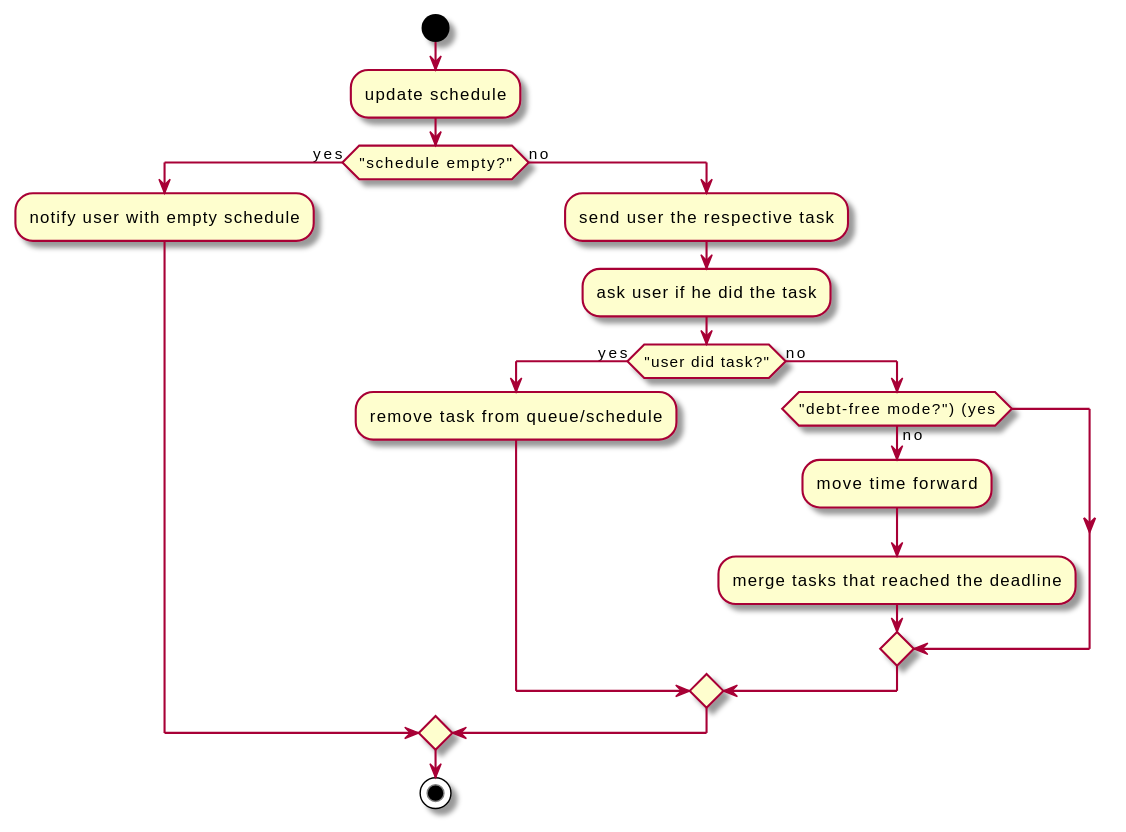
The PlantUML diagram plantuml/daily_workflow.svg in Ozhead/household_schedule, before a commit. Source of this version:
```plantuml
@startuml
start
:update schedule;

if ("schedule empty?") then (yes)
  :notify user with empty schedule;
else (no)
  :send user the respective task;
  :ask user if he did the task;

  if ("user did task?") then (yes)
    :remove task from queue/schedule;
  else (no)

    if ("debt-free mode?") (yes)
    else (no)
      :move time forward;
      :merge tasks that reached the deadline;
    endif

  endif

endif

stop
@enduml
```
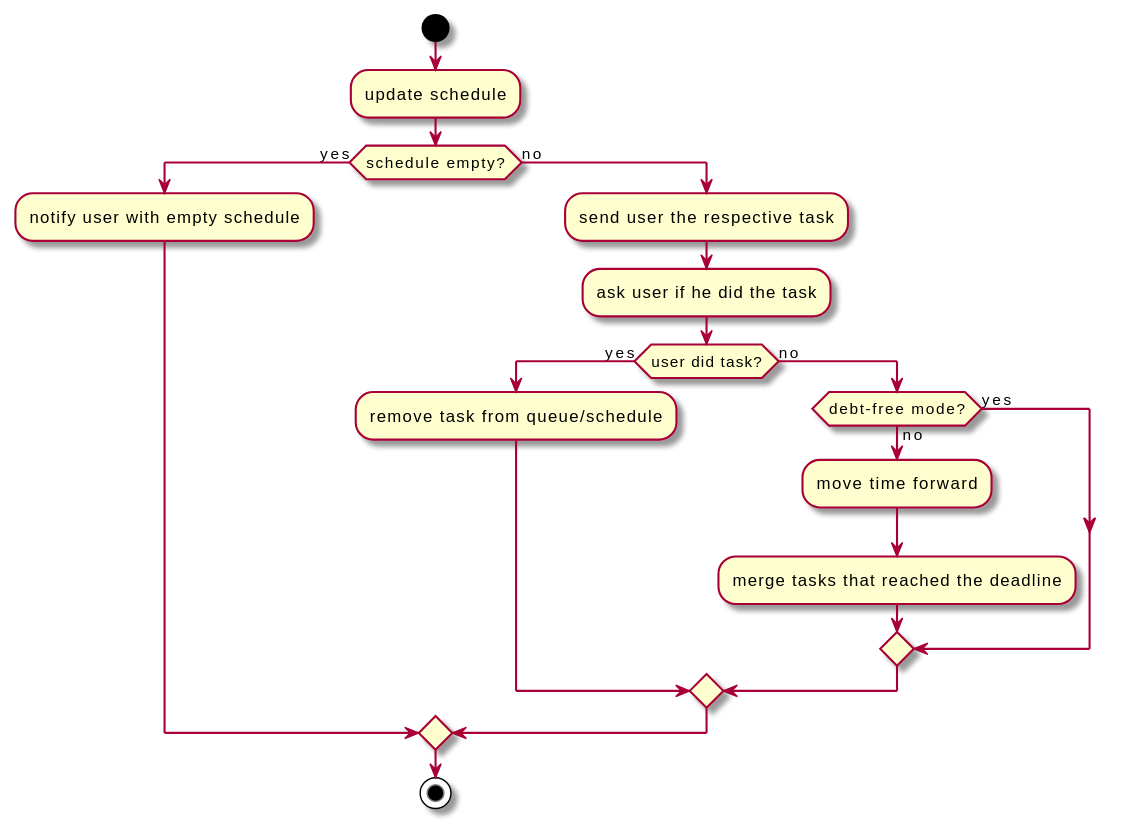
The same diagram one commit later.

Change to the diagram source:
```diff
@@ -2,17 +2,17 @@
 start
 :update schedule;
 
-if ("schedule empty?") then (yes)
+if (schedule empty?) then (yes)
   :notify user with empty schedule;
 else (no)
   :send user the respective task;
   :ask user if he did the task;
 
-  if ("user did task?") then (yes)
+  if (user did task?) then (yes)
     :remove task from queue/schedule;
   else (no)
 
-    if ("debt-free mode?") (yes)
+    if (debt-free mode?) then (yes)
     else (no)
       :move time forward;
       :merge tasks that reached the deadline;
```
